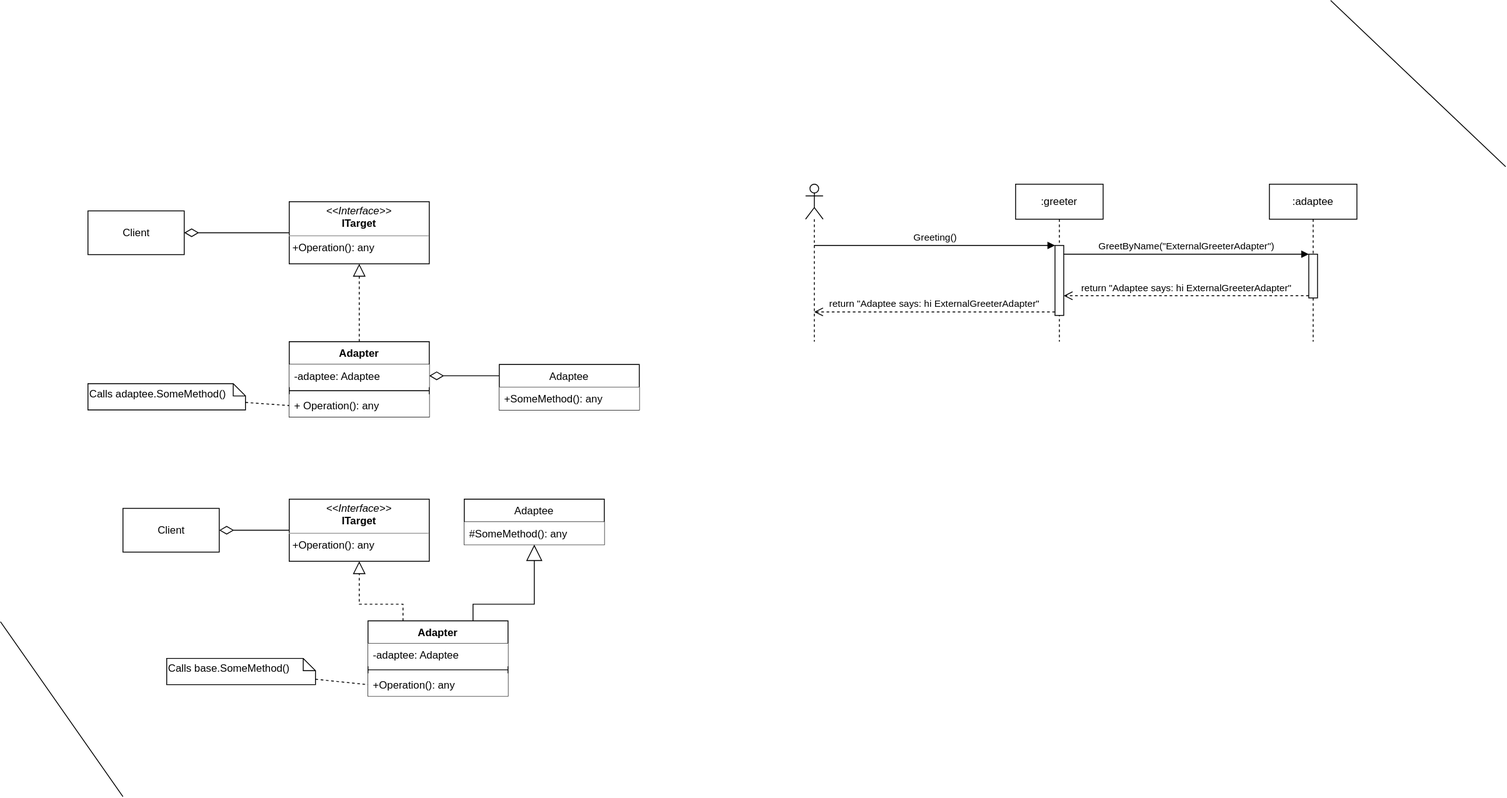
The draw.io diagram Diagrams/Adapter.svg in PacktPublishing/Architecting-ASP.NET-Core-Applications-3E, before a commit. Source tidied: cells renumbered, new cells last; positions are measured from the earlier drawing's top-left corner, leaving out a move shared by most shapes.
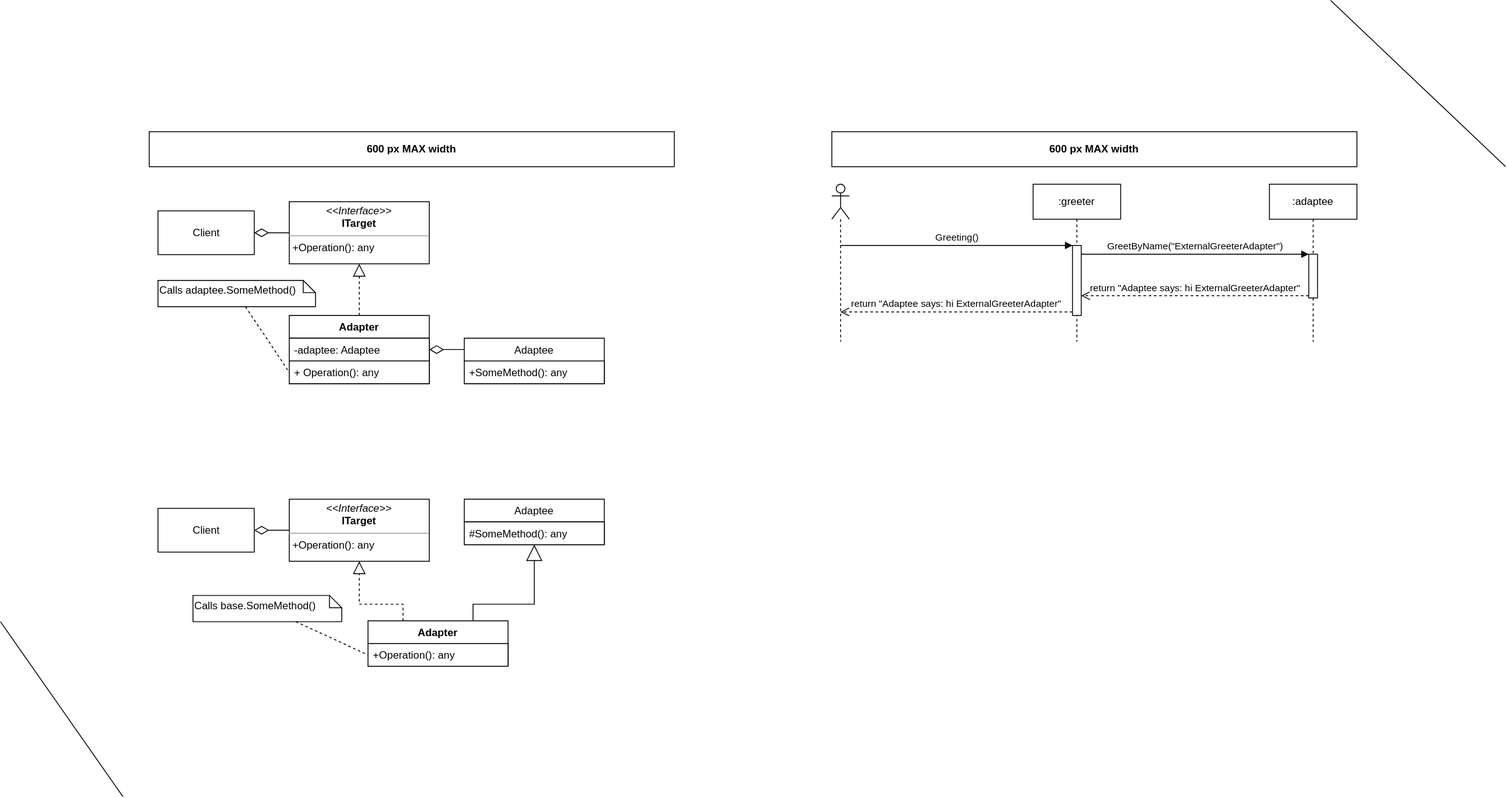
The same file after the commit.

Commit message:
Rerender and update the Adapter images

What changed in the source:
```diff
@@ -3,12 +3,12 @@
     <mxCell id="0" />
     <mxCell id="1" parent="0" />
     <mxCell id="2" value="Client" style="html=1;" parent="1" vertex="1">
-      <mxGeometry x="100" y="240.5" width="110" height="50" as="geometry" />
+      <mxGeometry x="180" y="240.5" width="110" height="50" as="geometry" />
     </mxCell>
     <mxCell id="3" value="Adaptee" style="swimlane;fontStyle=0;horizontal=1;startSize=26;fillColor=default;strokeColor=default;" parent="1" vertex="1">
-      <mxGeometry x="570" y="416" width="160" height="52" as="geometry" />
+      <mxGeometry x="530" y="386" width="160" height="52" as="geometry" />
     </mxCell>
-    <mxCell id="4" value="+SomeMethod(): any" style="text;strokeColor=none;fillColor=default;align=left;verticalAlign=top;spacingLeft=4;spacingRight=4;overflow=hidden;" parent="3" vertex="1">
+    <mxCell id="4" value="+SomeMethod(): any" style="text;strokeColor=default;fillColor=default;align=left;verticalAlign=top;spacingLeft=4;spacingRight=4;overflow=hidden;" parent="3" vertex="1">
       <mxGeometry y="26" width="160" height="26" as="geometry" />
     </mxCell>
     <mxCell id="5" value="&lt;p style=&quot;margin: 0px ; margin-top: 4px ; text-align: center&quot;&gt;&lt;i&gt;&amp;lt;&amp;lt;Interface&amp;gt;&amp;gt;&lt;/i&gt;&lt;br&gt;&lt;b&gt;ITarget&lt;/b&gt;&lt;/p&gt;&lt;hr size=&quot;1&quot;&gt;&lt;p style=&quot;margin: 0px ; margin-left: 4px&quot;&gt;&lt;/p&gt;&lt;p style=&quot;margin: 0px ; margin-left: 4px&quot;&gt;+Operation(): any&lt;br&gt;&lt;/p&gt;" style="verticalAlign=top;align=left;overflow=fill;fontSize=12;fontFamily=Helvetica;html=1;" parent="1" vertex="1">
@@ -24,24 +24,21 @@
       <mxGeometry relative="1" as="geometry" />
     </mxCell>
     <mxCell id="9" value="Adapter" style="swimlane;fontStyle=1;align=center;verticalAlign=top;horizontal=1;startSize=26;fillColor=default;strokeColor=default;swimlaneFillColor=default;" parent="1" vertex="1">
-      <mxGeometry x="330" y="390" width="160" height="86" as="geometry" />
+      <mxGeometry x="330" y="360" width="160" height="78" as="geometry" />
     </mxCell>
-    <mxCell id="10" value="-adaptee: Adaptee" style="text;strokeColor=none;fillColor=default;align=left;verticalAlign=top;spacingLeft=4;spacingRight=4;overflow=hidden;points=[[0,0.5],[1,0.5]];portConstraint=eastwest;" parent="9" vertex="1">
+    <mxCell id="10" value="-adaptee: Adaptee" style="text;strokeColor=default;fillColor=default;align=left;verticalAlign=top;spacingLeft=4;spacingRight=4;overflow=hidden;points=[[0,0.5],[1,0.5]];portConstraint=eastwest;" parent="9" vertex="1">
       <mxGeometry y="26" width="160" height="26" as="geometry" />
     </mxCell>
-    <mxCell id="11" style="line;strokeWidth=1;fillColor=#ffffff;align=left;verticalAlign=middle;spacingTop=-1;spacingLeft=3;spacingRight=3;labelPosition=right;strokeColor=default;" parent="9" vertex="1">
-      <mxGeometry y="52" width="160" height="8" as="geometry" />
-    </mxCell>
-    <mxCell id="12" value="+ Operation(): any" style="text;strokeColor=none;fillColor=default;align=left;verticalAlign=top;spacingLeft=4;spacingRight=4;overflow=hidden;points=[[0,0.5],[1,0.5]];portConstraint=eastwest;" parent="9" vertex="1">
-      <mxGeometry y="60" width="160" height="26" as="geometry" />
+    <mxCell id="12" value="+ Operation(): any" style="text;strokeColor=default;fillColor=default;align=left;verticalAlign=top;spacingLeft=4;spacingRight=4;overflow=hidden;points=[[0,0.5],[1,0.5]];portConstraint=eastwest;" parent="9" vertex="1">
+      <mxGeometry y="52" width="160" height="26" as="geometry" />
     </mxCell>
     <mxCell id="13" value="Client" style="html=1;" parent="1" vertex="1">
-      <mxGeometry x="140" y="580.5" width="110" height="50" as="geometry" />
+      <mxGeometry x="180" y="580.5" width="110" height="50" as="geometry" />
     </mxCell>
     <mxCell id="14" value="Adaptee" style="swimlane;fontStyle=0;horizontal=1;startSize=26;fillColor=default;strokeColor=default;" parent="1" vertex="1">
       <mxGeometry x="530" y="570" width="160" height="52" as="geometry" />
     </mxCell>
-    <mxCell id="15" value="#SomeMethod(): any" style="text;strokeColor=none;fillColor=default;align=left;verticalAlign=top;spacingLeft=4;spacingRight=4;overflow=hidden;" parent="14" vertex="1">
+    <mxCell id="15" value="#SomeMethod(): any" style="text;strokeColor=default;fillColor=default;align=left;verticalAlign=top;spacingLeft=4;spacingRight=4;overflow=hidden;" parent="14" vertex="1">
       <mxGeometry y="26" width="160" height="26" as="geometry" />
     </mxCell>
     <mxCell id="16" value="&lt;p style=&quot;margin: 0px ; margin-top: 4px ; text-align: center&quot;&gt;&lt;i&gt;&amp;lt;&amp;lt;Interface&amp;gt;&amp;gt;&lt;/i&gt;&lt;br&gt;&lt;b&gt;ITarget&lt;/b&gt;&lt;/p&gt;&lt;hr size=&quot;1&quot;&gt;&lt;p style=&quot;margin: 0px ; margin-left: 4px&quot;&gt;&lt;/p&gt;&lt;p style=&quot;margin: 0px ; margin-left: 4px&quot;&gt;+Operation(): any&lt;br&gt;&lt;/p&gt;" style="verticalAlign=top;align=left;overflow=fill;fontSize=12;fontFamily=Helvetica;html=1;strokeColor=default;fillColor=default;perimeterSpacing=0;" parent="1" vertex="1">
@@ -59,16 +56,10 @@
       </mxGeometry>
     </mxCell>
     <mxCell id="19" value="Adapter" style="swimlane;fontStyle=1;align=center;verticalAlign=top;horizontal=1;startSize=26;fillColor=default;strokeColor=default;swimlaneFillColor=default;" parent="1" vertex="1">
-      <mxGeometry x="420" y="709" width="160" height="86" as="geometry" />
+      <mxGeometry x="420" y="709" width="160" height="52" as="geometry" />
     </mxCell>
-    <mxCell id="20" value="-adaptee: Adaptee" style="text;strokeColor=none;fillColor=default;align=left;verticalAlign=top;spacingLeft=4;spacingRight=4;overflow=hidden;" parent="19" vertex="1">
-      <mxGeometry y="26" width="160" height="26" as="geometry" />
-    </mxCell>
-    <mxCell id="21" style="line;strokeWidth=1;fillColor=default;align=left;verticalAlign=middle;spacingTop=-1;spacingLeft=3;spacingRight=3;labelPosition=right;strokeColor=default;" parent="19" vertex="1">
-      <mxGeometry y="52" width="160" height="8" as="geometry" />
-    </mxCell>
-    <mxCell id="22" value="+Operation(): any" style="text;strokeColor=none;fillColor=default;align=left;verticalAlign=top;spacingLeft=4;spacingRight=4;overflow=hidden;points=[[0,0.5],[1,0.5]];portConstraint=eastwest;" parent="19" vertex="1">
-      <mxGeometry y="60" width="160" height="26" as="geometry" />
+    <mxCell id="22" value="+Operation(): any" style="text;strokeColor=default;fillColor=default;align=left;verticalAlign=top;spacingLeft=4;spacingRight=4;overflow=hidden;points=[[0,0.5],[1,0.5]];portConstraint=eastwest;" parent="19" vertex="1">
+      <mxGeometry y="26" width="160" height="26" as="geometry" />
     </mxCell>
     <mxCell id="23" style="endArrow=block;endSize=16;endFill=0;html=1;edgeStyle=orthogonalEdgeStyle;rounded=0;exitX=0.75;exitY=0;" parent="1" edge="1" source="19" target="14">
       <mxGeometry relative="1" as="geometry">
@@ -82,22 +73,22 @@
       <mxGeometry relative="1" as="geometry" />
     </mxCell>
     <mxCell id="25" value="Calls base.SomeMethod()" style="shape=note;whiteSpace=wrap;html=1;size=14;verticalAlign=middle;align=left;spacingTop=-6;fillColor=default;" parent="1" vertex="1">
-      <mxGeometry x="190" y="752" width="170" height="30" as="geometry" />
+      <mxGeometry x="220" y="680" width="170" height="30" as="geometry" />
     </mxCell>
     <mxCell id="26" style="rounded=0;html=1;endArrow=none;endFill=0;endSize=14;jettySize=auto;dashed=1;entryX=0;entryY=0.5;" parent="1" edge="1" source="27" target="12">
       <mxGeometry relative="1" as="geometry" />
     </mxCell>
     <mxCell id="27" value="Calls adaptee.SomeMethod()" style="shape=note;whiteSpace=wrap;html=1;size=14;verticalAlign=middle;align=left;spacingTop=-6;fillColor=default;" parent="1" vertex="1">
-      <mxGeometry x="100" y="438" width="180" height="30" as="geometry" />
+      <mxGeometry x="180" y="320" width="180" height="30" as="geometry" />
     </mxCell>
     <mxCell id="28" value=":greeter" style="shape=umlLifeline;perimeter=lifelinePerimeter;whiteSpace=wrap;html=1;fillColor=default;" parent="1" vertex="1">
-      <mxGeometry x="1160" y="210" width="100" height="180" as="geometry" />
+      <mxGeometry x="1180" y="210" width="100" height="180" as="geometry" />
     </mxCell>
     <mxCell id="29" style="html=1;points=[];perimeter=orthogonalPerimeter;fillColor=default;" parent="28" vertex="1">
       <mxGeometry x="45" y="70" width="10" height="80" as="geometry" />
     </mxCell>
     <mxCell id="30" style="shape=umlLifeline;participant=umlActor;perimeter=lifelinePerimeter;whiteSpace=wrap;html=1;verticalAlign=top;spacingTop=36;labelBackgroundColor=#ffffff;outlineConnect=0;fillColor=default;" parent="1" vertex="1">
-      <mxGeometry x="920" y="210" width="20" height="180" as="geometry" />
+      <mxGeometry x="950" y="210" width="20" height="180" as="geometry" />
     </mxCell>
     <mxCell id="31" value=":adaptee" style="shape=umlLifeline;perimeter=lifelinePerimeter;whiteSpace=wrap;html=1;fillColor=default;" parent="1" vertex="1">
       <mxGeometry x="1450" y="210" width="100" height="180" as="geometry" />
@@ -129,5 +120,11 @@
         <mxPoint y="710" as="targetPoint" />
       </mxGeometry>
     </mxCell>
+    <mxCell id="39" value="600 px MAX width" style="rounded=0;whiteSpace=wrap;html=1;sketch=0;fontSize=12;align=center;fontStyle=1;" parent="1" vertex="1">
+      <mxGeometry x="170" y="150" width="600" height="40" as="geometry" />
+    </mxCell>
+    <mxCell id="40" value="600 px MAX width" style="rounded=0;whiteSpace=wrap;html=1;sketch=0;fontSize=12;align=center;fontStyle=1;" parent="1" vertex="1">
+      <mxGeometry x="950" y="150" width="600" height="40" as="geometry" />
+    </mxCell>
   </root>
 </mxGraphModel>
```
